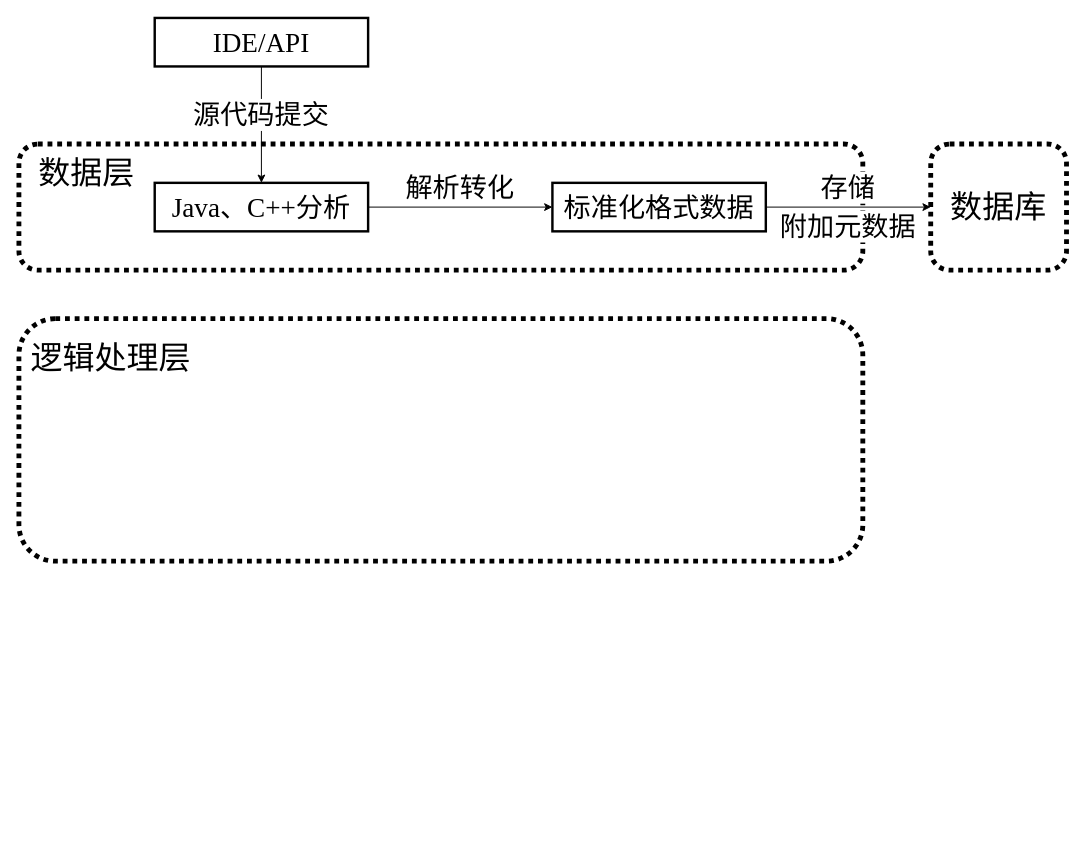
Above: 工作流程图.drawio in LovenSar/- (draw.io), before the change. Source tidied: cells renumbered, new cells numbered last; positions are measured from the earlier drawing's top-left corner, leaving out a move shared by most shapes. Both pictures are drawn from the tidied source at 97%, with x=0, y=0 at pixel (18, 17).
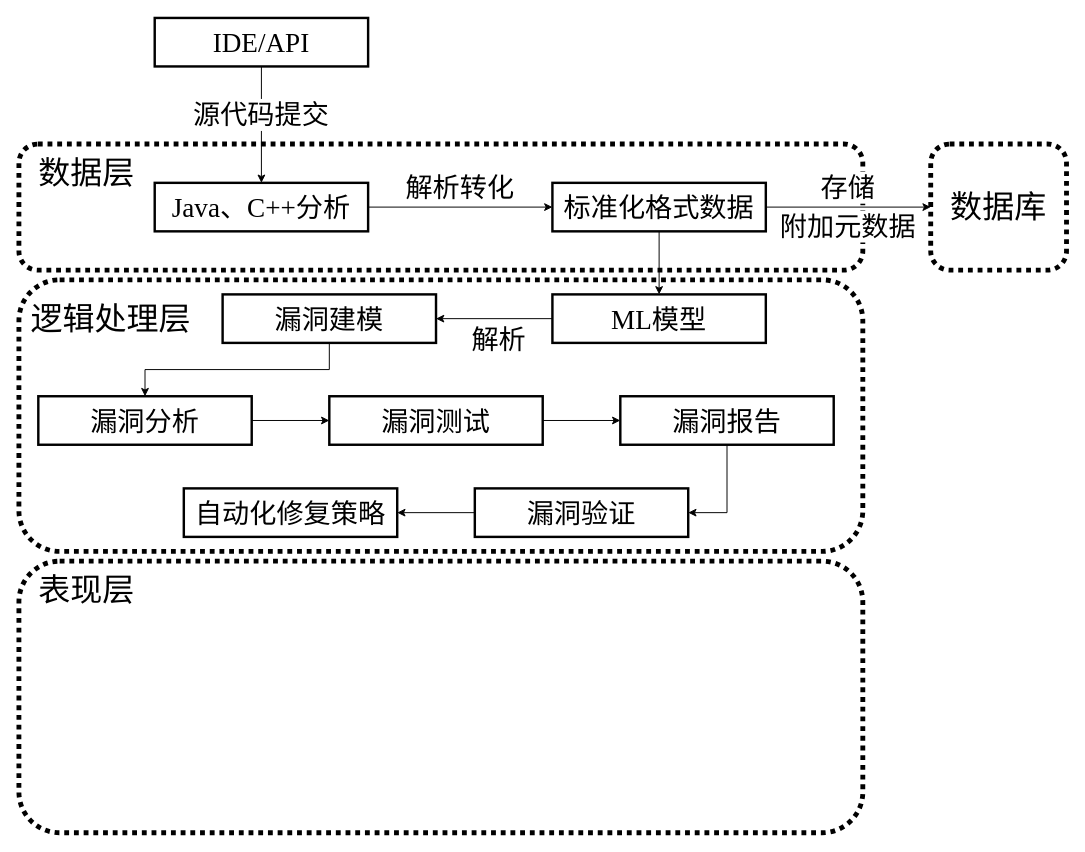
The same page after the edit.

Commit message (it also covers changes not shown here):
更新工作流程图.drawio

Unchanged cells that the change refers to:
```xml
<mxCell id="9" value="&lt;span style=&quot;font-size: 28px;&quot;&gt;标准化格式数据&lt;/span&gt;" style="rounded=0;whiteSpace=wrap;html=1;fillColor=none;strokeWidth=2.5;fontFamily=Times New Roman;fontSize=33;" parent="1" vertex="1">
  <mxGeometry x="550" y="170" width="220" height="50" as="geometry" />
</mxCell>
```

What changed in the source:
```diff
@@
+    <mxCell id="18" style="edgeStyle=orthogonalEdgeStyle;rounded=0;jettySize=auto;html=1;entryX=0.5;entryY=0;entryDx=0;entryDy=0;" parent="1" edge="1" source="9" target="22">
+      <mxGeometry relative="1" as="geometry" />
+    </mxCell>
@@
+    <mxCell id="19" style="rounded=1;whiteSpace=wrap;html=1;fillColor=none;strokeWidth=5;dashed=1;dashPattern=1 1;" parent="1" vertex="1">
+      <mxGeometry y="560" width="870" height="280" as="geometry" />
+    </mxCell>
+    <mxCell id="20" style="group;" parent="1" vertex="1">
+      <mxGeometry y="270" width="870" height="280" as="geometry" />
+    </mxCell>
-    <mxCell id="16" style="rounded=1;whiteSpace=wrap;html=1;fillColor=none;strokeWidth=5;dashed=1;dashPattern=1 1;" parent="1" vertex="1">
-      <mxGeometry y="310" width="870" height="250" as="geometry" />
+    <mxCell id="16" style="rounded=1;whiteSpace=wrap;html=1;fillColor=none;strokeWidth=5;dashed=1;dashPattern=1 1;" parent="20" vertex="1">
+      <mxGeometry width="870" height="280" as="geometry" />
     </mxCell>
-    <mxCell id="17" value="逻辑处理层" style="text;html=1;align=center;verticalAlign=middle;whiteSpace=wrap;rounded=0;fontFamily=宋体;fontSize=33;" parent="1" vertex="1">
-      <mxGeometry x="10" y="340" width="170" height="20" as="geometry" />
+    <mxCell id="17" value="逻辑处理层" style="text;html=1;align=center;verticalAlign=middle;whiteSpace=wrap;rounded=0;fontFamily=宋体;fontSize=33;" parent="20" vertex="1">
+      <mxGeometry x="10" y="30" width="170" height="20" as="geometry" />
     </mxCell>
+    <mxCell id="21" style="edgeStyle=orthogonalEdgeStyle;rounded=0;jettySize=auto;html=1;entryX=1;entryY=0.5;entryDx=0;entryDy=0;" parent="20" edge="1" source="22" target="24">
+      <mxGeometry relative="1" as="geometry" />
+    </mxCell>
+    <mxCell id="22" value="&lt;span style=&quot;font-size: 28px;&quot;&gt;ML模型&lt;/span&gt;" style="rounded=0;whiteSpace=wrap;html=1;fillColor=none;strokeWidth=2.5;fontFamily=Times New Roman;fontSize=33;" parent="20" vertex="1">
+      <mxGeometry x="550" y="15" width="220" height="50" as="geometry" />
+    </mxCell>
+    <mxCell id="23" style="edgeStyle=orthogonalEdgeStyle;rounded=0;jettySize=auto;html=1;entryX=0.5;entryY=0;entryDx=0;entryDy=0;" parent="20" edge="1" source="24" target="26">
+      <mxGeometry relative="1" as="geometry" />
+    </mxCell>
+    <mxCell id="24" value="&lt;span style=&quot;font-size: 28px;&quot;&gt;漏洞建模&lt;/span&gt;" style="rounded=0;whiteSpace=wrap;html=1;fillColor=none;strokeWidth=2.5;fontFamily=Times New Roman;fontSize=33;" parent="20" vertex="1">
+      <mxGeometry x="210" y="15" width="220" height="50" as="geometry" />
+    </mxCell>
+    <mxCell id="25" style="edgeStyle=orthogonalEdgeStyle;rounded=0;jettySize=auto;html=1;entryX=0;entryY=0.5;entryDx=0;entryDy=0;" parent="20" edge="1" source="26" target="28">
+      <mxGeometry relative="1" as="geometry" />
+    </mxCell>
+    <mxCell id="26" value="&lt;span style=&quot;font-size: 28px;&quot;&gt;漏洞分析&lt;/span&gt;" style="rounded=0;whiteSpace=wrap;html=1;fillColor=none;strokeWidth=2.5;fontFamily=Times New Roman;fontSize=33;" parent="20" vertex="1">
+      <mxGeometry x="20" y="120" width="220" height="50" as="geometry" />
+    </mxCell>
+    <mxCell id="27" style="edgeStyle=orthogonalEdgeStyle;rounded=0;jettySize=auto;html=1;" parent="20" edge="1" source="28" target="30">
+      <mxGeometry relative="1" as="geometry" />
+    </mxCell>
+    <mxCell id="28" value="&lt;span style=&quot;font-size: 28px;&quot;&gt;漏洞测试&lt;/span&gt;" style="rounded=0;whiteSpace=wrap;html=1;fillColor=none;strokeWidth=2.5;fontFamily=Times New Roman;fontSize=33;" parent="20" vertex="1">
+      <mxGeometry x="320" y="120" width="220" height="50" as="geometry" />
+    </mxCell>
+    <mxCell id="29" style="edgeStyle=orthogonalEdgeStyle;rounded=0;jettySize=auto;html=1;entryX=1;entryY=0.5;entryDx=0;entryDy=0;" parent="20" edge="1" source="30" target="32">
+      <mxGeometry relative="1" as="geometry" />
+    </mxCell>
+    <mxCell id="30" value="&lt;span style=&quot;font-size: 28px;&quot;&gt;漏洞报告&lt;/span&gt;" style="rounded=0;whiteSpace=wrap;html=1;fillColor=none;strokeWidth=2.5;fontFamily=Times New Roman;fontSize=33;" parent="20" vertex="1">
+      <mxGeometry x="620" y="120" width="220" height="50" as="geometry" />
+    </mxCell>
+    <mxCell id="31" style="edgeStyle=orthogonalEdgeStyle;rounded=0;jettySize=auto;html=1;entryX=1;entryY=0.5;entryDx=0;entryDy=0;" parent="20" edge="1" source="32" target="33">
+      <mxGeometry relative="1" as="geometry" />
+    </mxCell>
+    <mxCell id="32" value="&lt;span style=&quot;font-size: 28px;&quot;&gt;漏洞验证&lt;/span&gt;" style="rounded=0;whiteSpace=wrap;html=1;fillColor=none;strokeWidth=2.5;fontFamily=Times New Roman;fontSize=33;" parent="20" vertex="1">
+      <mxGeometry x="470" y="215" width="220" height="50" as="geometry" />
+    </mxCell>
+    <mxCell id="33" value="&lt;span style=&quot;font-size: 28px;&quot;&gt;自动化修复策略&lt;/span&gt;" style="rounded=0;whiteSpace=wrap;html=1;fillColor=none;strokeWidth=2.5;fontFamily=Times New Roman;fontSize=33;" parent="20" vertex="1">
+      <mxGeometry x="170" y="215" width="220" height="50" as="geometry" />
+    </mxCell>
+    <mxCell id="34" value="解析" style="text;html=1;align=center;verticalAlign=middle;whiteSpace=wrap;rounded=0;fontFamily=宋体;fontSize=28;" parent="20" vertex="1">
+      <mxGeometry x="410" y="52" width="170" height="20" as="geometry" />
+    </mxCell>
+    <mxCell id="35" style="edgeStyle=orthogonalEdgeStyle;rounded=0;orthogonalLoop=1;jettySize=auto;html=1;exitX=0.5;exitY=1;exitDx=0;exitDy=0;" parent="20" edge="1" source="16" target="16">
+      <mxGeometry relative="1" as="geometry" />
+    </mxCell>
+    <mxCell id="36" value="表现层" style="text;html=1;align=center;verticalAlign=middle;whiteSpace=wrap;rounded=0;fontFamily=宋体;fontSize=33;" parent="1" vertex="1">
+      <mxGeometry x="10" y="580" width="120" height="20" as="geometry" />
+    </mxCell>
```
